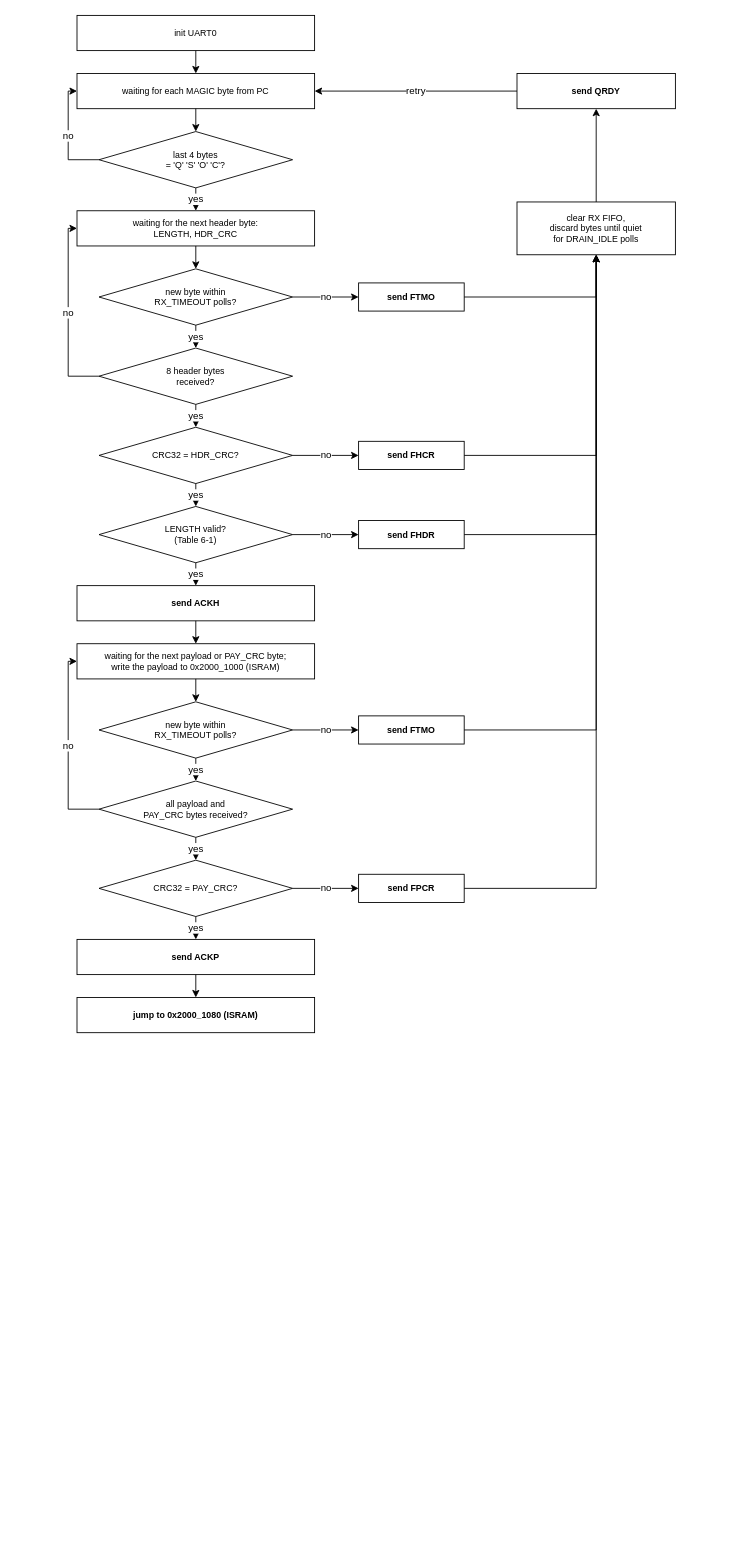
Before: page "Bootloader flow" (4 of 5) of doc/figures/drawio/QNSC_BOOT.drawio in quynhonsemiconductor/vlsi_deep_training, a draw.io diagram. Source tidied: cells renumbered, new cells numbered last; positions are measured from the earlier drawing's top-left corner, leaving out a move shared by most shapes. Both pictures are drawn from the tidied source at 88%, with x=0, y=0 at pixel (77, 15).
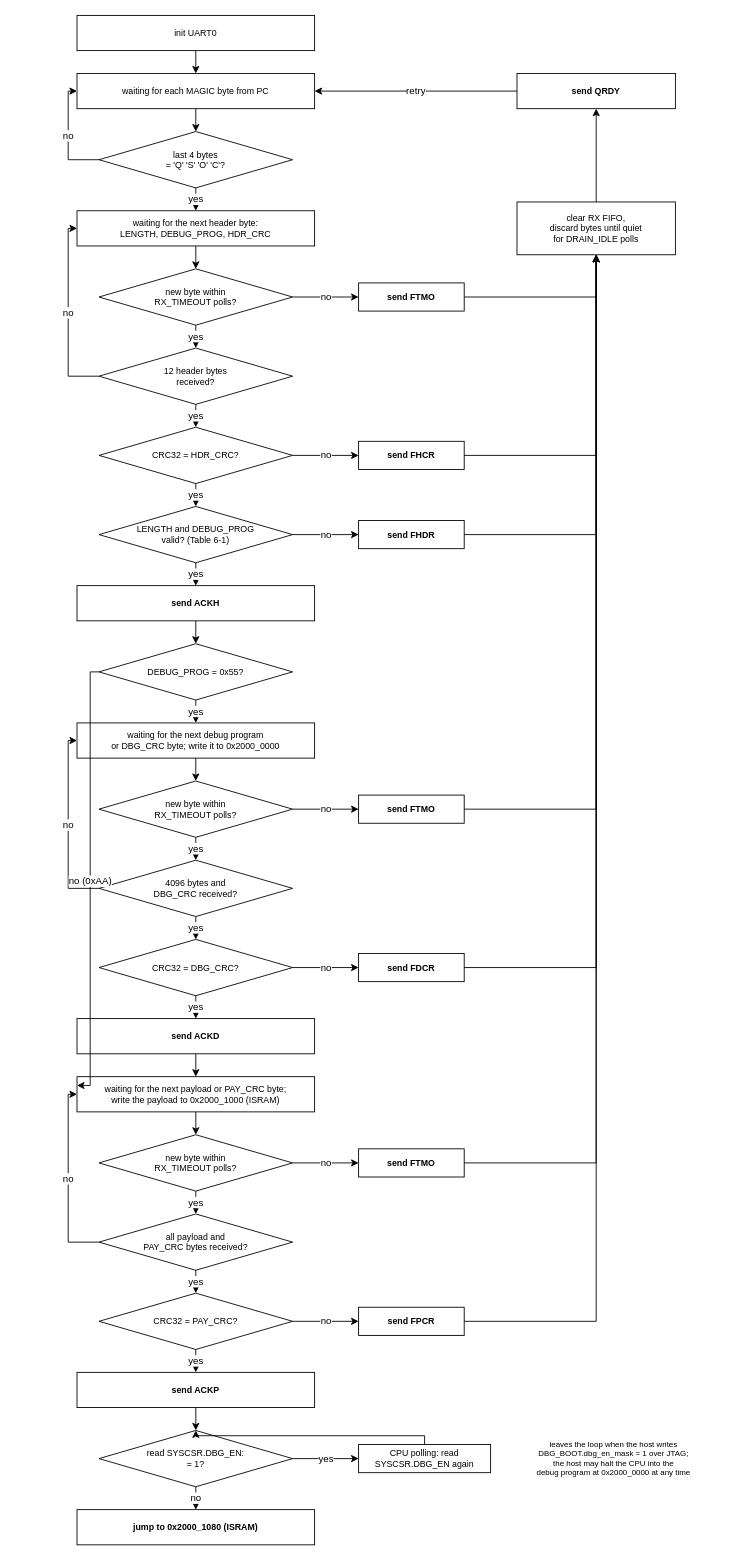
The same diagram, later.

The change refers to these unchanged cells:
```xml
<mxCell id="10" value="send ACKH" style="rounded=0;whiteSpace=wrap;html=1;fillColor=#ffffff;strokeColor=#000000;fontSize=10;dashed=0;fontStyle=1;verticalAlign=middle;" parent="1" vertex="1">
  <mxGeometry y="648" width="270" height="40" as="geometry" />
</mxCell>
<mxCell id="18" value="clear RX FIFO,&#10;discard bytes until quiet&#10;for DRAIN_IDLE polls" style="rounded=0;whiteSpace=wrap;html=1;fillColor=#ffffff;strokeColor=#000000;fontSize=10;dashed=0;verticalAlign=middle;" parent="1" vertex="1">
  <mxGeometry x="500" y="212" width="180" height="60" as="geometry" />
</mxCell>
```

The edit, as a diff of the source:
```diff
@@
-    <mxCell id="5" value="waiting for the next header byte:&#10;LENGTH, HDR_CRC" style="rounded=0;whiteSpace=wrap;html=1;fillColor=#ffffff;strokeColor=#000000;fontSize=10;dashed=0;verticalAlign=middle;" parent="1" vertex="1">
+    <mxCell id="5" value="waiting for the next header byte:&#10;LENGTH, DEBUG_PROG, HDR_CRC" style="rounded=0;whiteSpace=wrap;html=1;fillColor=#ffffff;strokeColor=#000000;fontSize=10;dashed=0;verticalAlign=middle;" parent="1" vertex="1">
       <mxGeometry y="222" width="270" height="40" as="geometry" />
     </mxCell>
@@
-    <mxCell id="7" value="8 header bytes&#10;received?" style="rhombus;whiteSpace=wrap;html=1;fillColor=#ffffff;strokeColor=#000000;fontSize=10;dashed=0;verticalAlign=middle;" parent="1" vertex="1">
+    <mxCell id="7" value="12 header bytes&#10;received?" style="rhombus;whiteSpace=wrap;html=1;fillColor=#ffffff;strokeColor=#000000;fontSize=10;dashed=0;verticalAlign=middle;" parent="1" vertex="1">
       <mxGeometry x="25" y="378" width="220" height="64" as="geometry" />
     </mxCell>
@@
-    <mxCell id="9" value="LENGTH valid?&#10;(Table 6-1)" style="rhombus;whiteSpace=wrap;html=1;fillColor=#ffffff;strokeColor=#000000;fontSize=10;dashed=0;verticalAlign=middle;" parent="1" vertex="1">
+    <mxCell id="9" value="LENGTH and DEBUG_PROG&#10;valid? (Table 6-1)" style="rhombus;whiteSpace=wrap;html=1;fillColor=#ffffff;strokeColor=#000000;fontSize=10;dashed=0;verticalAlign=middle;" parent="1" vertex="1">
       <mxGeometry x="25" y="558" width="220" height="64" as="geometry" />
     </mxCell>
@@
+    <mxCell id="53" value="DEBUG_PROG = 0x55?" style="rhombus;whiteSpace=wrap;html=1;fillColor=#ffffff;strokeColor=#000000;fontSize=10;dashed=0;verticalAlign=middle;" parent="1" vertex="1">
+      <mxGeometry x="25" y="714" width="220" height="64" as="geometry" />
+    </mxCell>
+    <mxCell id="54" value="waiting for the next debug program&#10;or DBG_CRC byte; write it to 0x2000_0000" style="rounded=0;whiteSpace=wrap;html=1;fillColor=#ffffff;strokeColor=#000000;fontSize=10;dashed=0;verticalAlign=middle;" parent="1" vertex="1">
+      <mxGeometry y="804" width="270" height="40" as="geometry" />
+    </mxCell>
+    <mxCell id="55" value="new byte within&#10;RX_TIMEOUT polls?" style="rhombus;whiteSpace=wrap;html=1;fillColor=#ffffff;strokeColor=#000000;fontSize=10;dashed=0;verticalAlign=middle;" parent="1" vertex="1">
+      <mxGeometry x="25" y="870" width="220" height="64" as="geometry" />
+    </mxCell>
+    <mxCell id="56" value="4096 bytes and&#10;DBG_CRC received?" style="rhombus;whiteSpace=wrap;html=1;fillColor=#ffffff;strokeColor=#000000;fontSize=10;dashed=0;verticalAlign=middle;" parent="1" vertex="1">
+      <mxGeometry x="25" y="960" width="220" height="64" as="geometry" />
+    </mxCell>
+    <mxCell id="57" value="CRC32 = DBG_CRC?" style="rhombus;whiteSpace=wrap;html=1;fillColor=#ffffff;strokeColor=#000000;fontSize=10;dashed=0;verticalAlign=middle;" parent="1" vertex="1">
+      <mxGeometry x="25" y="1050" width="220" height="64" as="geometry" />
+    </mxCell>
+    <mxCell id="58" value="send ACKD" style="rounded=0;whiteSpace=wrap;html=1;fillColor=#ffffff;strokeColor=#000000;fontSize=10;dashed=0;fontStyle=1;verticalAlign=middle;" parent="1" vertex="1">
+      <mxGeometry y="1140" width="270" height="40" as="geometry" />
+    </mxCell>
     <mxCell id="11" value="waiting for the next payload or PAY_CRC byte;&#10;write the payload to 0x2000_1000 (ISRAM)" style="rounded=0;whiteSpace=wrap;html=1;fillColor=#ffffff;strokeColor=#000000;fontSize=10;dashed=0;verticalAlign=middle;" parent="1" vertex="1">
-      <mxGeometry y="714" width="270" height="40" as="geometry" />
+      <mxGeometry y="1206" width="270" height="40" as="geometry" />
     </mxCell>
     <mxCell id="12" value="new byte within&#10;RX_TIMEOUT polls?" style="rhombus;whiteSpace=wrap;html=1;fillColor=#ffffff;strokeColor=#000000;fontSize=10;dashed=0;verticalAlign=middle;" parent="1" vertex="1">
-      <mxGeometry x="25" y="780" width="220" height="64" as="geometry" />
+      <mxGeometry x="25" y="1272" width="220" height="64" as="geometry" />
     </mxCell>
     <mxCell id="13" value="all payload and&#10;PAY_CRC bytes received?" style="rhombus;whiteSpace=wrap;html=1;fillColor=#ffffff;strokeColor=#000000;fontSize=10;dashed=0;verticalAlign=middle;" parent="1" vertex="1">
-      <mxGeometry x="25" y="870" width="220" height="64" as="geometry" />
+      <mxGeometry x="25" y="1362" width="220" height="64" as="geometry" />
     </mxCell>
     <mxCell id="14" value="CRC32 = PAY_CRC?" style="rhombus;whiteSpace=wrap;html=1;fillColor=#ffffff;strokeColor=#000000;fontSize=10;dashed=0;verticalAlign=middle;" parent="1" vertex="1">
-      <mxGeometry x="25" y="960" width="220" height="64" as="geometry" />
+      <mxGeometry x="25" y="1452" width="220" height="64" as="geometry" />
     </mxCell>
     <mxCell id="15" value="send ACKP" style="rounded=0;whiteSpace=wrap;html=1;fillColor=#ffffff;strokeColor=#000000;fontSize=10;dashed=0;fontStyle=1;verticalAlign=middle;" parent="1" vertex="1">
-      <mxGeometry y="1050" width="270" height="40" as="geometry" />
+      <mxGeometry y="1542" width="270" height="40" as="geometry" />
     </mxCell>
+    <mxCell id="59" value="read SYSCSR.DBG_EN:&#10;= 1?" style="rhombus;whiteSpace=wrap;html=1;fillColor=#ffffff;strokeColor=#000000;fontSize=10;dashed=0;verticalAlign=middle;" parent="1" vertex="1">
+      <mxGeometry x="25" y="1608" width="220" height="64" as="geometry" />
+    </mxCell>
     <mxCell id="16" value="jump to 0x2000_1080 (ISRAM)" style="rounded=0;whiteSpace=wrap;html=1;fillColor=#ffffff;strokeColor=#000000;fontSize=10;dashed=0;fontStyle=1;verticalAlign=middle;" parent="1" vertex="1">
-      <mxGeometry y="1116" width="270" height="40" as="geometry" />
+      <mxGeometry y="1698" width="270" height="40" as="geometry" />
     </mxCell>
@@
+    <mxCell id="60" style="rounded=0;whiteSpace=wrap;html=1;fillColor=none;strokeColor=none;fontSize=9;dashed=0;verticalAlign=middle;" parent="1" vertex="1">
+      <mxGeometry x="-70" y="714" width="1" height="1" as="geometry" />
+    </mxCell>
+    <mxCell id="61" value="CPU polling: read&#10;SYSCSR.DBG_EN again" style="rounded=0;whiteSpace=wrap;html=1;fillColor=#ffffff;strokeColor=#000000;fontSize=10;dashed=0;verticalAlign=middle;" parent="1" vertex="1">
+      <mxGeometry x="320" y="1624" width="150" height="32" as="geometry" />
+    </mxCell>
+    <mxCell id="62" value="leaves the loop when the host writes&#10;DBG_BOOT.dbg_en_mask = 1 over JTAG;&#10;the host may halt the CPU into the&#10;debug program at 0x2000_0000 at any time" style="rounded=0;whiteSpace=wrap;html=1;fillColor=none;strokeColor=none;fontSize=9;dashed=0;verticalAlign=middle;" parent="1" vertex="1">
+      <mxGeometry x="480" y="1602" width="260" height="76" as="geometry" />
+    </mxCell>
@@
+    <mxCell id="63" value="send FTMO" style="rounded=0;whiteSpace=wrap;html=1;fillColor=#ffffff;strokeColor=#000000;fontSize=10;dashed=0;fontStyle=1;verticalAlign=middle;" parent="1" vertex="1">
+      <mxGeometry x="320" y="886" width="120" height="32" as="geometry" />
+    </mxCell>
+    <mxCell id="64" value="send FDCR" style="rounded=0;whiteSpace=wrap;html=1;fillColor=#ffffff;strokeColor=#000000;fontSize=10;dashed=0;fontStyle=1;verticalAlign=middle;" parent="1" vertex="1">
+      <mxGeometry x="320" y="1066" width="120" height="32" as="geometry" />
+    </mxCell>
     <mxCell id="22" value="send FTMO" style="rounded=0;whiteSpace=wrap;html=1;fillColor=#ffffff;strokeColor=#000000;fontSize=10;dashed=0;fontStyle=1;verticalAlign=middle;" parent="1" vertex="1">
-      <mxGeometry x="320" y="796" width="120" height="32" as="geometry" />
+      <mxGeometry x="320" y="1288" width="120" height="32" as="geometry" />
     </mxCell>
     <mxCell id="23" value="send FPCR" style="rounded=0;whiteSpace=wrap;html=1;fillColor=#ffffff;strokeColor=#000000;fontSize=10;dashed=0;fontStyle=1;verticalAlign=middle;" parent="1" vertex="1">
-      <mxGeometry x="320" y="976" width="120" height="32" as="geometry" />
+      <mxGeometry x="320" y="1468" width="120" height="32" as="geometry" />
     </mxCell>
@@
-    <mxCell id="32" style="edgeStyle=orthogonalEdgeStyle;rounded=0;html=1;exitX=0.5;exitY=1.0;entryX=0.5;entryY=0.0;exitDx=0;exitDy=0;entryDx=0;entryDy=0;" parent="1" edge="1" source="10" target="11">
-      <mxGeometry relative="1" as="geometry" />
-    </mxCell>
+    <mxCell id="65" style="edgeStyle=orthogonalEdgeStyle;rounded=0;html=1;exitX=0.5;exitY=1.0;entryX=0.5;entryY=0.0;exitDx=0;exitDy=0;entryDx=0;entryDy=0;" parent="1" edge="1" source="10" target="53">
+      <mxGeometry relative="1" as="geometry" />
+    </mxCell>
+    <mxCell id="66" value="yes" style="edgeStyle=orthogonalEdgeStyle;rounded=0;html=1;exitX=0.5;exitY=1.0;entryX=0.5;entryY=0.0;exitDx=0;exitDy=0;entryDx=0;entryDy=0;" parent="1" edge="1" source="53" target="54">
+      <mxGeometry relative="1" as="geometry" />
+    </mxCell>
+    <mxCell id="67" style="edgeStyle=orthogonalEdgeStyle;rounded=0;html=1;exitX=0.5;exitY=1.0;entryX=0.5;entryY=0.0;exitDx=0;exitDy=0;entryDx=0;entryDy=0;" parent="1" edge="1" source="54" target="55">
+      <mxGeometry relative="1" as="geometry" />
+    </mxCell>
+    <mxCell id="68" value="yes" style="edgeStyle=orthogonalEdgeStyle;rounded=0;html=1;exitX=0.5;exitY=1.0;entryX=0.5;entryY=0.0;exitDx=0;exitDy=0;entryDx=0;entryDy=0;" parent="1" edge="1" source="55" target="56">
+      <mxGeometry relative="1" as="geometry" />
+    </mxCell>
+    <mxCell id="69" value="yes" style="edgeStyle=orthogonalEdgeStyle;rounded=0;html=1;exitX=0.5;exitY=1.0;entryX=0.5;entryY=0.0;exitDx=0;exitDy=0;entryDx=0;entryDy=0;" parent="1" edge="1" source="56" target="57">
+      <mxGeometry relative="1" as="geometry" />
+    </mxCell>
+    <mxCell id="70" value="yes" style="edgeStyle=orthogonalEdgeStyle;rounded=0;html=1;exitX=0.5;exitY=1.0;entryX=0.5;entryY=0.0;exitDx=0;exitDy=0;entryDx=0;entryDy=0;" parent="1" edge="1" source="57" target="58">
+      <mxGeometry relative="1" as="geometry" />
+    </mxCell>
+    <mxCell id="71" style="edgeStyle=orthogonalEdgeStyle;rounded=0;html=1;exitX=0.5;exitY=1.0;entryX=0.5;entryY=0.0;exitDx=0;exitDy=0;entryDx=0;entryDy=0;" parent="1" edge="1" source="58" target="11">
+      <mxGeometry relative="1" as="geometry" />
+    </mxCell>
@@
-    <mxCell id="37" style="edgeStyle=orthogonalEdgeStyle;rounded=0;html=1;exitX=0.5;exitY=1.0;entryX=0.5;entryY=0.0;exitDx=0;exitDy=0;entryDx=0;entryDy=0;" parent="1" edge="1" source="15" target="16">
-      <mxGeometry relative="1" as="geometry" />
-    </mxCell>
+    <mxCell id="72" style="edgeStyle=orthogonalEdgeStyle;rounded=0;html=1;exitX=0.5;exitY=1.0;entryX=0.5;entryY=0.0;exitDx=0;exitDy=0;entryDx=0;entryDy=0;" parent="1" edge="1" source="15" target="59">
+      <mxGeometry relative="1" as="geometry" />
+    </mxCell>
+    <mxCell id="73" value="no" style="edgeStyle=orthogonalEdgeStyle;rounded=0;html=1;exitX=0.5;exitY=1.0;entryX=0.5;entryY=0.0;exitDx=0;exitDy=0;entryDx=0;entryDy=0;" parent="1" edge="1" source="59" target="16">
+      <mxGeometry relative="1" as="geometry" />
+    </mxCell>
@@
+    <mxCell id="74" value="no" style="edgeStyle=orthogonalEdgeStyle;rounded=0;html=1;exitX=0.0;exitY=0.5;entryX=0.0;entryY=0.5;exitDx=0;exitDy=0;entryDx=0;entryDy=0;" parent="1" edge="1" source="56" target="54">
+      <mxGeometry relative="1" as="geometry" />
+    </mxCell>
@@
+    <mxCell id="75" value="no (0xAA)" style="edgeStyle=orthogonalEdgeStyle;rounded=0;html=1;exitX=0.0;exitY=0.5;entryX=0.0;entryY=0.25;exitDx=0;exitDy=0;entryDx=0;entryDy=0;" parent="1" edge="1" source="53" target="11">
+      <mxGeometry relative="1" as="geometry" />
+    </mxCell>
+    <mxCell id="76" value="yes" style="edgeStyle=orthogonalEdgeStyle;rounded=0;html=1;exitX=1.0;exitY=0.5;entryX=0.0;entryY=0.5;exitDx=0;exitDy=0;entryDx=0;entryDy=0;" parent="1" edge="1" source="59" target="61">
+      <mxGeometry relative="1" as="geometry" />
+    </mxCell>
+    <mxCell id="77" style="edgeStyle=orthogonalEdgeStyle;rounded=0;html=1;exitX=0.5;exitY=0.0;entryX=0.5;entryY=0.0;exitDx=0;exitDy=0;entryDx=0;entryDy=0;" parent="1" edge="1" source="61" target="59">
+      <mxGeometry relative="1" as="geometry" />
+    </mxCell>
@@
+    <mxCell id="78" value="no" style="edgeStyle=orthogonalEdgeStyle;rounded=0;html=1;exitX=1.0;exitY=0.5;entryX=0.0;entryY=0.5;exitDx=0;exitDy=0;entryDx=0;entryDy=0;" parent="1" edge="1" source="55" target="63">
+      <mxGeometry relative="1" as="geometry" />
+    </mxCell>
+    <mxCell id="79" style="edgeStyle=orthogonalEdgeStyle;rounded=0;html=1;exitX=1.0;exitY=0.5;entryX=0.5;entryY=1.0;exitDx=0;exitDy=0;entryDx=0;entryDy=0;" parent="1" edge="1" source="63" target="18">
+      <mxGeometry relative="1" as="geometry" />
+    </mxCell>
+    <mxCell id="80" value="no" style="edgeStyle=orthogonalEdgeStyle;rounded=0;html=1;exitX=1.0;exitY=0.5;entryX=0.0;entryY=0.5;exitDx=0;exitDy=0;entryDx=0;entryDy=0;" parent="1" edge="1" source="57" target="64">
+      <mxGeometry relative="1" as="geometry" />
+    </mxCell>
+    <mxCell id="81" style="edgeStyle=orthogonalEdgeStyle;rounded=0;html=1;exitX=1.0;exitY=0.5;entryX=0.5;entryY=1.0;exitDx=0;exitDy=0;entryDx=0;entryDy=0;" parent="1" edge="1" source="64" target="18">
+      <mxGeometry relative="1" as="geometry" />
+    </mxCell>
```
